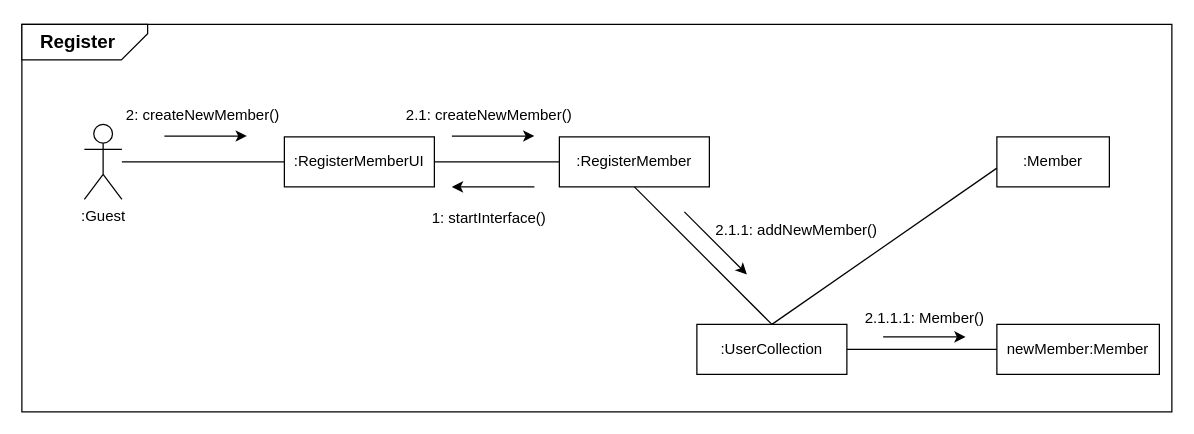
Earlier version of the draw.io diagram Register_Communication_Diagram.drawio (MODUGGAGI/homework). Source tidied: cells renumbered, new cells numbered last; positions are measured from the earlier drawing's top-left corner, leaving out a move shared by most shapes. Both pictures are drawn from the tidied source at 125%, with x=0, y=0 at pixel (21, -21).
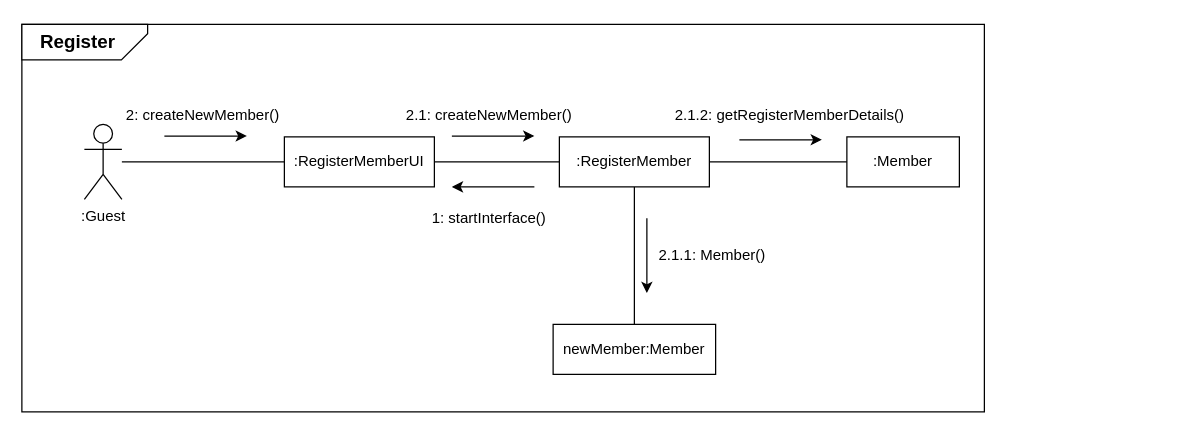
After the change.

Unchanged cells that the change refers to:
```xml
<mxCell id="5" value=":RegisterMember" style="rounded=0;whiteSpace=wrap;html=1;" parent="1" vertex="1">
  <mxGeometry x="430" y="126" width="120" height="40" as="geometry" />
</mxCell>
```

What changed in the source:
```diff
@@
     <mxCell id="2" style="rounded=0;whiteSpace=wrap;html=1;" parent="1" vertex="1">
-      <mxGeometry y="36" width="920" height="310" as="geometry" />
+      <mxGeometry y="36" width="770" height="310" as="geometry" />
     </mxCell>
@@
     <mxCell id="8" value=":Member" style="rounded=0;whiteSpace=wrap;html=1;" parent="1" vertex="1">
-      <mxGeometry x="780" y="126" width="90" height="40" as="geometry" />
+      <mxGeometry x="660" y="126" width="90" height="40" as="geometry" />
     </mxCell>
-    <mxCell id="9" style="endArrow=none;html=1;rounded=0;entryX=0.5;entryY=1;entryDx=0;entryDy=0;exitX=0.5;exitY=0;exitDx=0;exitDy=0;" parent="1" edge="1" source="24" target="5">
+    <mxCell id="9" style="endArrow=none;html=1;rounded=0;entryX=0.5;entryY=1;entryDx=0;entryDy=0;exitX=0.5;exitY=0;exitDx=0;exitDy=0;" parent="1" edge="1" source="15" target="5">
       <mxGeometry relative="1" as="geometry" />
     </mxCell>
@@
     <mxCell id="15" value="newMember:Member" style="rounded=0;whiteSpace=wrap;html=1;" parent="1" vertex="1">
-      <mxGeometry x="780" y="276" width="130" height="40" as="geometry" />
+      <mxGeometry x="425" y="276" width="130" height="40" as="geometry" />
     </mxCell>
-    <mxCell id="16" style="endArrow=none;html=1;rounded=0;exitX=1;exitY=0.5;exitDx=0;exitDy=0;entryX=0;entryY=0.5;entryDx=0;entryDy=0;" parent="1" edge="1" source="24" target="15">
-      <mxGeometry relative="1" as="geometry" />
-    </mxCell>
@@
-    <mxCell id="20" style="endArrow=classic;html=1;rounded=0;" parent="1" edge="1">
-      <mxGeometry relative="1" as="geometry">
-        <mxPoint x="689" y="286" as="sourcePoint" />
-        <mxPoint x="755" y="286" as="targetPoint" />
-      </mxGeometry>
-    </mxCell>
-    <mxCell id="21" value="2.1.1.1: Member()" style="text;html=1;align=center;verticalAlign=middle;whiteSpace=wrap;rounded=0;" parent="1" vertex="1">
-      <mxGeometry x="660" y="256" width="125" height="30" as="geometry" />
+    <mxCell id="21" value="2.1.1: Member()" style="text;html=1;align=center;verticalAlign=middle;whiteSpace=wrap;rounded=0;" parent="1" vertex="1">
+      <mxGeometry x="490" y="206" width="125" height="30" as="geometry" />
     </mxCell>
@@
-    <mxCell id="23" value="2.1.1: addNewMember()" style="text;html=1;align=center;verticalAlign=middle;whiteSpace=wrap;rounded=0;" parent="1" vertex="1">
-      <mxGeometry x="550" y="186" width="140" height="30" as="geometry" />
-    </mxCell>
-    <mxCell id="24" value=":UserCollection" style="rounded=0;whiteSpace=wrap;html=1;" parent="1" vertex="1">
-      <mxGeometry x="540" y="276" width="120" height="40" as="geometry" />
-    </mxCell>
-    <mxCell id="25" style="endArrow=none;html=1;rounded=0;exitX=0.5;exitY=0;exitDx=0;exitDy=0;entryX=0;entryY=0.625;entryDx=0;entryDy=0;entryPerimeter=0;" parent="1" edge="1" source="24" target="8">
-      <mxGeometry relative="1" as="geometry" />
-    </mxCell>
-    <mxCell id="26" style="endArrow=classic;html=1;rounded=0;" parent="1" edge="1">
-      <mxGeometry relative="1" as="geometry">
-        <mxPoint x="530" y="186" as="sourcePoint" />
-        <mxPoint x="580" y="236" as="targetPoint" />
-      </mxGeometry>
-    </mxCell>
+    <mxCell id="27" style="endArrow=classic;html=1;rounded=0;" parent="1" edge="1">
+      <mxGeometry relative="1" as="geometry">
+        <mxPoint x="500" y="191" as="sourcePoint" />
+        <mxPoint x="500" y="251" as="targetPoint" />
+      </mxGeometry>
+    </mxCell>
+    <mxCell id="28" style="endArrow=none;html=1;rounded=0;entryX=0;entryY=0.5;entryDx=0;entryDy=0;exitX=1;exitY=0.5;exitDx=0;exitDy=0;" parent="1" edge="1" source="5" target="8">
+      <mxGeometry relative="1" as="geometry" />
+    </mxCell>
+    <mxCell id="29" style="endArrow=classic;html=1;rounded=0;" parent="1" edge="1">
+      <mxGeometry relative="1" as="geometry">
+        <mxPoint x="574" y="128.3" as="sourcePoint" />
+        <mxPoint x="640" y="128.3" as="targetPoint" />
+      </mxGeometry>
+    </mxCell>
+    <mxCell id="30" value="2.1.2: getRegisterMemberDetails()" style="text;html=1;align=center;verticalAlign=middle;whiteSpace=wrap;rounded=0;" parent="1" vertex="1">
+      <mxGeometry x="520" y="94" width="189" height="30" as="geometry" />
+    </mxCell>
```
